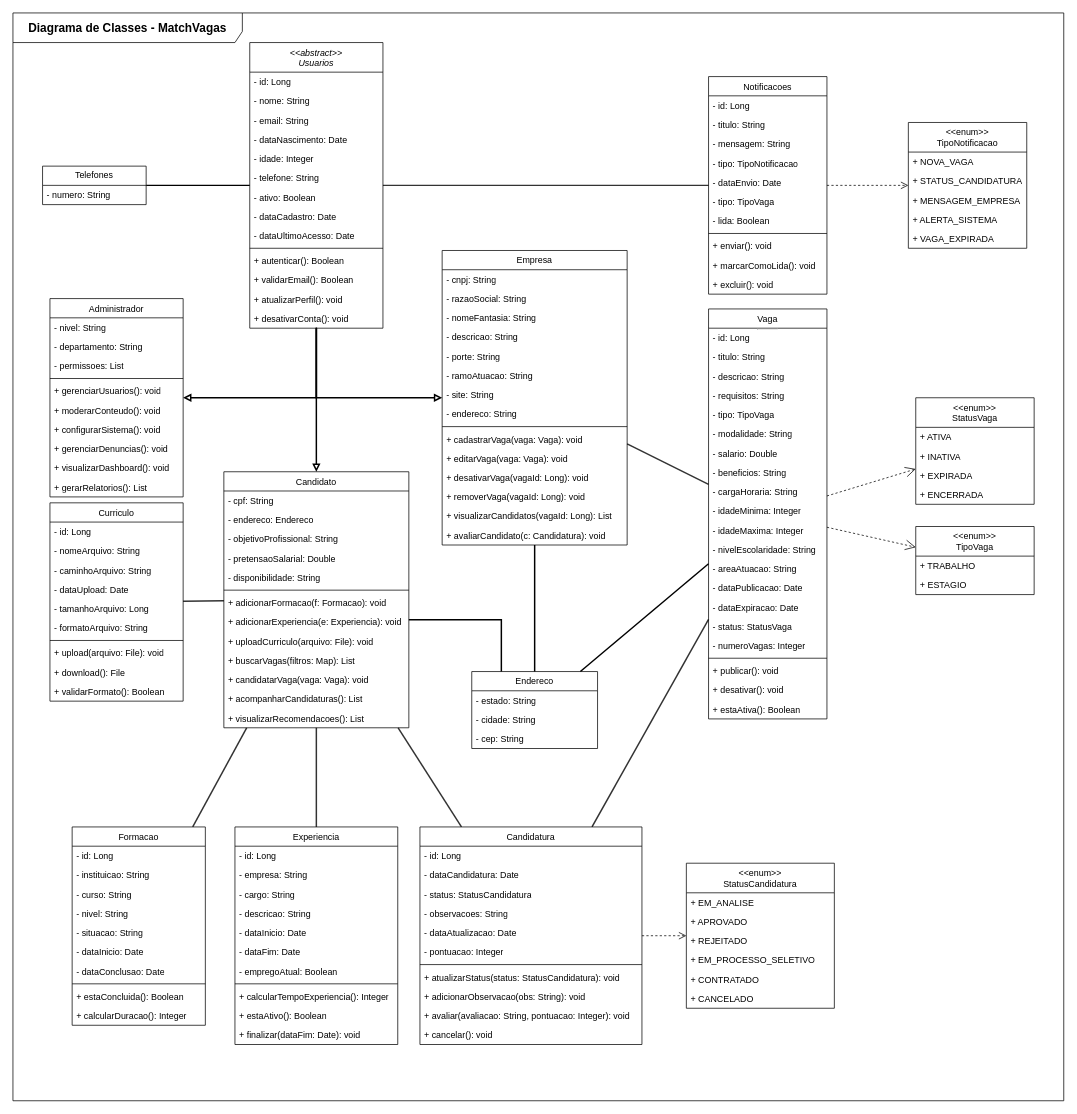
Above: Diagramas/Diagrama de Classes/Diagrama de Classe.dio in MatchVagas/Documentation (draw.io), before the change. Source tidied: cells renumbered, new cells numbered last; positions are measured from the earlier drawing's top-left corner, leaving out a move shared by most shapes. Both pictures are drawn from the tidied source at 74%, with x=0, y=0 at pixel (13, 13).
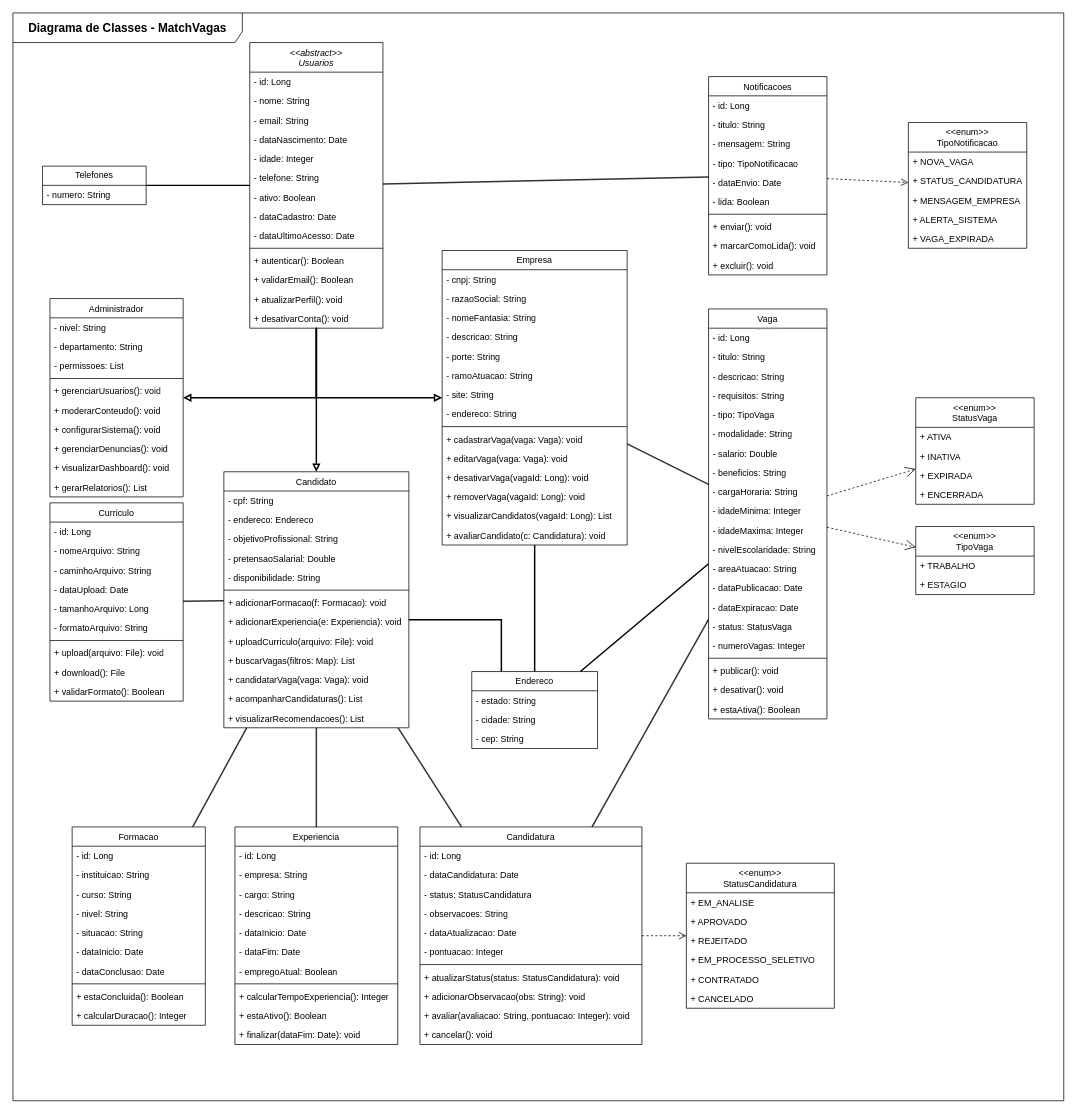
Above is the later version.

Commit message (it also covers changes not shown here):
Diagrama de Entidade Relacionamento

Diff of the diagram source:
```diff
@@
-    <mxCell id="56" value="&lt;span style=&quot;font-weight: normal;&quot;&gt;&amp;lt;&amp;lt;enum&amp;gt;&amp;gt;&lt;/span&gt;&lt;div&gt;&lt;span style=&quot;font-weight: normal;&quot;&gt;&lt;font style=&quot;text-align: left;&quot;&gt;&lt;/font&gt;&lt;/span&gt;&lt;/div&gt;&lt;div&gt;&lt;span style=&quot;font-weight: normal;&quot;&gt;StatusCandidatura&lt;/span&gt;&lt;/div&gt;" style="swimlane;fontStyle=1;align=center;verticalAlign=top;horizontal=1;startSize=40;whiteSpace=wrap;html=1;" parent="1" vertex="1">
+    <mxCell id="56" value="&lt;span style=&quot;font-weight: normal;&quot;&gt;&lt;font style=&quot;color: rgb(0, 0, 0);&quot;&gt;&amp;lt;&amp;lt;enum&amp;gt;&amp;gt;&lt;/font&gt;&lt;/span&gt;&lt;div&gt;&lt;span style=&quot;font-weight: normal;&quot;&gt;&lt;font style=&quot;text-align: left; color: rgb(0, 0, 0);&quot;&gt;&lt;/font&gt;&lt;/span&gt;&lt;/div&gt;&lt;div&gt;&lt;span style=&quot;font-weight: normal;&quot;&gt;&lt;font style=&quot;color: rgb(0, 0, 0);&quot;&gt;StatusCandidatura&lt;/font&gt;&lt;/span&gt;&lt;/div&gt;" style="swimlane;fontStyle=1;align=center;verticalAlign=top;horizontal=1;startSize=40;whiteSpace=wrap;html=1;" parent="1" vertex="1">
       <mxGeometry x="910" y="1149" width="200" height="196" as="geometry" />
     </mxCell>
@@
     <mxCell id="153" value="&lt;span style=&quot;text-align: left; font-weight: normal;&quot;&gt;&lt;font style=&quot;color: rgb(0, 0, 0);&quot;&gt;Notificacoes&lt;/font&gt;&lt;/span&gt;&lt;span style=&quot;font-weight: 400; text-align: left;&quot;&gt;&lt;/span&gt;" style="swimlane;fontStyle=1;align=center;verticalAlign=top;horizontal=1;startSize=26;whiteSpace=wrap;html=1;" parent="1" vertex="1">
-      <mxGeometry x="940" y="86" width="160" height="294" as="geometry" />
+      <mxGeometry x="940" y="86" width="160" height="268" as="geometry" />
     </mxCell>
@@
-    <mxCell id="159" value="- tipo: TipoVaga" style="text;strokeColor=none;fillColor=none;align=left;verticalAlign=top;spacingLeft=4;spacingRight=4;overflow=hidden;whiteSpace=wrap;html=1;" parent="153" vertex="1">
-      <mxGeometry y="156" width="160" height="26" as="geometry" />
-    </mxCell>
     <mxCell id="160" value="- lida: Boolean" style="text;strokeColor=none;fillColor=none;align=left;verticalAlign=top;spacingLeft=4;spacingRight=4;overflow=hidden;whiteSpace=wrap;html=1;" parent="153" vertex="1">
-      <mxGeometry y="182" width="160" height="26" as="geometry" />
+      <mxGeometry y="156" width="160" height="26" as="geometry" />
     </mxCell>
     <mxCell id="161" style="line;strokeWidth=1;fillColor=none;align=left;verticalAlign=middle;spacingTop=-1;spacingLeft=3;spacingRight=3;labelPosition=right;strokeColor=inherit;" parent="153" vertex="1">
-      <mxGeometry y="208" width="160" height="8" as="geometry" />
+      <mxGeometry y="182" width="160" height="8" as="geometry" />
     </mxCell>
     <mxCell id="162" value="+ enviar(): void" style="text;strokeColor=none;fillColor=none;align=left;verticalAlign=top;spacingLeft=4;spacingRight=4;overflow=hidden;whiteSpace=wrap;html=1;" parent="153" vertex="1">
-      <mxGeometry y="216" width="160" height="26" as="geometry" />
+      <mxGeometry y="190" width="160" height="26" as="geometry" />
     </mxCell>
     <mxCell id="163" value="+ marcarComoLida(): void" style="text;strokeColor=none;fillColor=none;align=left;verticalAlign=top;spacingLeft=4;spacingRight=4;overflow=hidden;whiteSpace=wrap;html=1;" parent="153" vertex="1">
-      <mxGeometry y="242" width="160" height="26" as="geometry" />
+      <mxGeometry y="216" width="160" height="26" as="geometry" />
     </mxCell>
     <mxCell id="164" value="+ excluir(): void" style="text;strokeColor=none;fillColor=none;align=left;verticalAlign=top;spacingLeft=4;spacingRight=4;overflow=hidden;whiteSpace=wrap;html=1;" parent="153" vertex="1">
-      <mxGeometry y="268" width="160" height="26" as="geometry" />
+      <mxGeometry y="242" width="160" height="26" as="geometry" />
     </mxCell>
```
